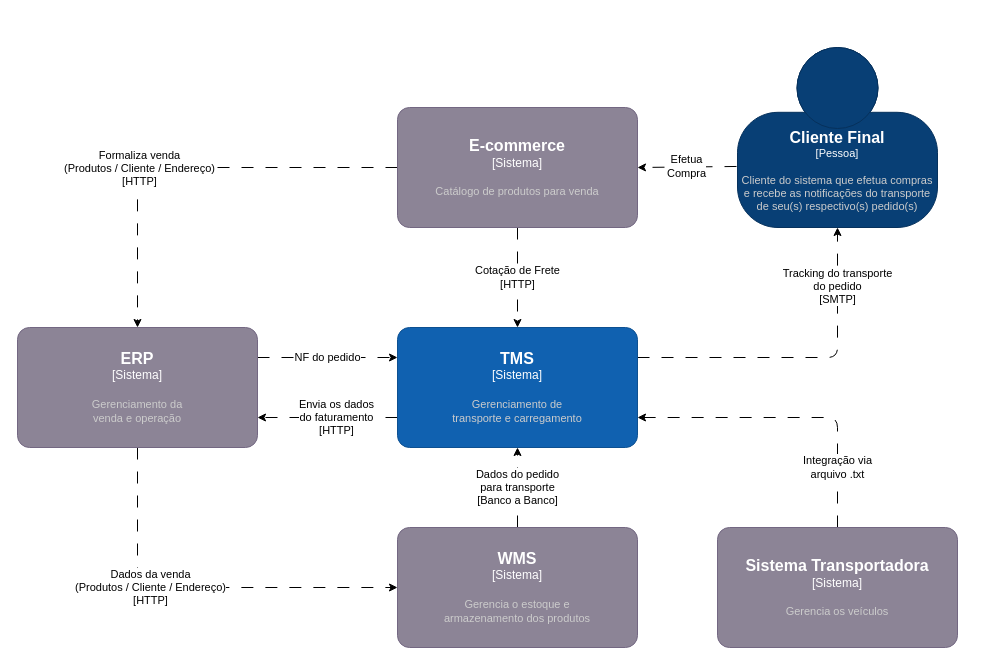
Earlier version of the draw.io diagram diagramas/contexto.drawio (EdiPSilva/puc-minas-arquitetura-de-software). Source tidied: cells renumbered, new cells numbered last; positions are measured from the earlier drawing's top-left corner, leaving out a move shared by most shapes. Both pictures are drawn from the tidied source at 100%, with x=0, y=0 at pixel (17, 47).
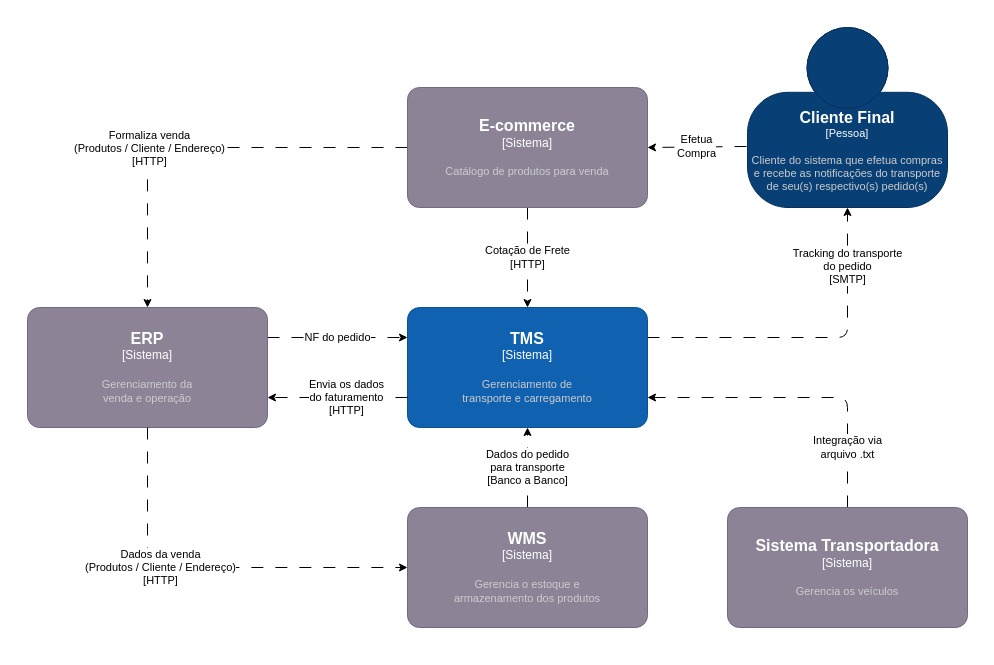
After the change.

The edit, as a diff of the source:
```diff
@@
-<mxGraphModel>
+<mxGraphModel background="#ffffff">
@@
-    <mxCell id="2" value="Efetua&lt;br&gt;Compra" style="edgeStyle=none;html=1;entryX=1;entryY=0.5;entryDx=0;entryDy=0;entryPerimeter=0;dashed=1;dashPattern=12 12;exitX=-0.005;exitY=0.661;exitDx=0;exitDy=0;exitPerimeter=0;" parent="1" edge="1" source="3" target="17">
-      <mxGeometry relative="1" as="geometry" />
-    </mxCell>
+    <mxCell id="20" style="group;" parent="1" vertex="1">
+      <mxGeometry y="-30" width="960" height="620" as="geometry" />
+    </mxCell>
+    <mxCell id="21" style="rounded=0;whiteSpace=wrap;html=1;labelBackgroundColor=#FFFFFF;fontColor=#000000;fillColor=#FFFFFF;strokeColor=none;" parent="20" vertex="1">
+      <mxGeometry width="960" height="620" as="geometry" />
+    </mxCell>
     <object id="3" label="&lt;font style=&quot;font-size: 16px&quot;&gt;&lt;b&gt;%c4Name%&lt;/b&gt;&lt;/font&gt;&lt;div&gt;[%c4Type%]&lt;/div&gt;&lt;br&gt;&lt;div&gt;&lt;font style=&quot;font-size: 11px&quot;&gt;&lt;font color=&quot;#cccccc&quot;&gt;%c4Description%&lt;/font&gt;&lt;/div&gt;" c4Description="Cliente do sistema que efetua compras e recebe as notificações do transporte de seu(s) respectivo(s) pedido(s)" c4Name="Cliente Final" c4Type="Pessoa" placeholders="1">
-      <mxCell style="html=1;fontSize=11;dashed=0;whiteSpace=wrap;fillColor=#083F75;strokeColor=#06315C;fontColor=#ffffff;shape=mxgraph.c4.person2;align=center;points=[[0.5,0,0],[1,0.5,0],[1,0.75,0],[0.75,1,0],[0.5,1,0],[0.25,1,0],[0,0.75,0],[0,0.5,0]];" parent="1" vertex="1">
-        <mxGeometry x="720" width="200" height="180" as="geometry" />
+      <mxCell style="html=1;fontSize=11;dashed=0;whiteSpace=wrap;fillColor=#083F75;strokeColor=#06315C;fontColor=#ffffff;shape=mxgraph.c4.person2;align=center;points=[[0.5,0,0],[1,0.5,0],[1,0.75,0],[0.75,1,0],[0.5,1,0],[0.25,1,0],[0,0.75,0],[0,0.5,0]];" parent="20" vertex="1">
+        <mxGeometry x="730" y="10" width="200" height="180" as="geometry" />
       </mxCell>
     </object>
-    <mxCell id="4" value="Tracking do transporte&lt;br&gt;do pedido&lt;br&gt;[SMTP]" style="edgeStyle=none;html=1;dashed=1;dashPattern=12 12;exitX=1;exitY=0.25;exitDx=0;exitDy=0;exitPerimeter=0;" parent="1" edge="1" source="7" target="3">
+    <mxCell id="4" value="Tracking do transporte&lt;br&gt;do pedido&lt;br&gt;[SMTP]" style="edgeStyle=none;html=1;dashed=1;dashPattern=12 12;exitX=1;exitY=0.25;exitDx=0;exitDy=0;exitPerimeter=0;strokeColor=#000000;fontColor=#000000;labelBackgroundColor=#FFFFFF;" parent="20" edge="1" source="7" target="3">
       <mxGeometry x="0.64" relative="1" as="geometry">
         <Array as="points">
-          <mxPoint x="820" y="310" />
+          <mxPoint x="830" y="320" />
         </Array>
       </mxGeometry>
     </mxCell>
+    <object id="7" label="&lt;font style=&quot;font-size: 16px&quot;&gt;&lt;b&gt;%c4Name%&lt;/b&gt;&lt;/font&gt;&lt;div&gt;[%c4Type%]&lt;/div&gt;&lt;br&gt;&lt;div&gt;&lt;font style=&quot;font-size: 11px&quot;&gt;&lt;font color=&quot;#cccccc&quot;&gt;%c4Description%&lt;/font&gt;&lt;/div&gt;" c4Description="Gerenciamento de&#10;transporte e carregamento" c4Name="TMS" c4Type="Sistema" placeholders="1">
+      <mxCell style="rounded=1;whiteSpace=wrap;html=1;labelBackgroundColor=none;fillColor=#1061B0;fontColor=#ffffff;align=center;arcSize=10;strokeColor=#0D5091;points=[[0.25,0,0],[0.5,0,0],[0.75,0,0],[1,0.25,0],[1,0.5,0],[1,0.75,0],[0.75,1,0],[0.5,1,0],[0.25,1,0],[0,0.75,0],[0,0.5,0],[0,0.25,0]];" parent="20" vertex="1">
+        <mxGeometry x="390" y="290" width="240" height="120" as="geometry" />
+      </mxCell>
+    </object>
+    <mxCell id="10" value="NF do pedido" style="edgeStyle=none;html=1;entryX=0;entryY=0.25;entryDx=0;entryDy=0;entryPerimeter=0;dashed=1;dashPattern=12 12;exitX=1;exitY=0.25;exitDx=0;exitDy=0;exitPerimeter=0;strokeColor=#000000;fontColor=#000000;labelBackgroundColor=#FFFFFF;" parent="20" edge="1" source="11" target="7">
+      <mxGeometry relative="1" as="geometry" />
+    </mxCell>
+    <object id="11" label="&lt;font style=&quot;font-size: 16px&quot;&gt;&lt;b&gt;%c4Name%&lt;/b&gt;&lt;/font&gt;&lt;div&gt;[%c4Type%]&lt;/div&gt;&lt;br&gt;&lt;div&gt;&lt;font style=&quot;font-size: 11px&quot;&gt;&lt;font color=&quot;#cccccc&quot;&gt;%c4Description%&lt;/font&gt;&lt;/div&gt;" c4Description="Gerenciamento da&#10;venda e operação" c4Name="ERP" c4Type="Sistema" placeholders="1">
+      <mxCell style="rounded=1;whiteSpace=wrap;html=1;labelBackgroundColor=none;fillColor=#8C8496;fontColor=#ffffff;align=center;arcSize=10;strokeColor=#736782;points=[[0.25,0,0],[0.5,0,0],[0.75,0,0],[1,0.25,0],[1,0.5,0],[1,0.75,0],[0.75,1,0],[0.5,1,0],[0.25,1,0],[0,0.75,0],[0,0.5,0],[0,0.25,0]];" parent="20" vertex="1">
+        <mxGeometry x="10" y="290" width="240" height="120" as="geometry" />
+      </mxCell>
+    </object>
-    <mxCell id="5" style="edgeStyle=none;html=1;dashed=1;dashPattern=12 12;entryX=1;entryY=0.75;entryDx=0;entryDy=0;entryPerimeter=0;exitX=0;exitY=0.75;exitDx=0;exitDy=0;exitPerimeter=0;" parent="1" edge="1" source="7" target="11">
+    <mxCell id="5" style="edgeStyle=none;html=1;dashed=1;dashPattern=12 12;entryX=1;entryY=0.75;entryDx=0;entryDy=0;entryPerimeter=0;exitX=0;exitY=0.75;exitDx=0;exitDy=0;exitPerimeter=0;strokeColor=#000000;" parent="20" edge="1" source="7" target="11">
       <mxGeometry relative="1" as="geometry" />
     </mxCell>
-    <mxCell id="6" value="Envia os dados&lt;br&gt;do faturamento&lt;br&gt;[HTTP]" style="edgeLabel;html=1;align=center;verticalAlign=middle;" parent="5" vertex="1">
+    <mxCell id="6" value="Envia os dados&lt;br&gt;do faturamento&lt;br&gt;[HTTP]" style="edgeLabel;html=1;align=center;verticalAlign=middle;fontColor=#000000;labelBackgroundColor=#FFFFFF;" parent="5" vertex="1">
       <mxGeometry x="-0.11" y="-1" relative="1" as="geometry" />
     </mxCell>
-    <object id="7" label="&lt;font style=&quot;font-size: 16px&quot;&gt;&lt;b&gt;%c4Name%&lt;/b&gt;&lt;/font&gt;&lt;div&gt;[%c4Type%]&lt;/div&gt;&lt;br&gt;&lt;div&gt;&lt;font style=&quot;font-size: 11px&quot;&gt;&lt;font color=&quot;#cccccc&quot;&gt;%c4Description%&lt;/font&gt;&lt;/div&gt;" c4Description="Gerenciamento de&#10;transporte e carregamento" c4Name="TMS" c4Type="Sistema" placeholders="1">
-      <mxCell style="rounded=1;whiteSpace=wrap;html=1;labelBackgroundColor=none;fillColor=#1061B0;fontColor=#ffffff;align=center;arcSize=10;strokeColor=#0D5091;points=[[0.25,0,0],[0.5,0,0],[0.75,0,0],[1,0.25,0],[1,0.5,0],[1,0.75,0],[0.75,1,0],[0.5,1,0],[0.25,1,0],[0,0.75,0],[0,0.5,0],[0,0.25,0]];" parent="1" vertex="1">
-        <mxGeometry x="380" y="280" width="240" height="120" as="geometry" />
-      </mxCell>
-    </object>
+    <mxCell id="12" value="Dados do pedido&lt;br&gt;para transporte&lt;br&gt;[Banco a Banco]" style="edgeStyle=none;html=1;entryX=0.5;entryY=1;entryDx=0;entryDy=0;entryPerimeter=0;dashed=1;dashPattern=12 12;strokeColor=#000000;fontColor=#000000;labelBackgroundColor=#FFFFFF;" parent="20" edge="1" source="13" target="7">
+      <mxGeometry relative="1" as="geometry" />
+    </mxCell>
+    <object id="13" label="&lt;font style=&quot;font-size: 16px&quot;&gt;&lt;b&gt;%c4Name%&lt;/b&gt;&lt;/font&gt;&lt;div&gt;[%c4Type%]&lt;/div&gt;&lt;br&gt;&lt;div&gt;&lt;font style=&quot;font-size: 11px&quot;&gt;&lt;font color=&quot;#cccccc&quot;&gt;%c4Description%&lt;/font&gt;&lt;/div&gt;" c4Description="Gerencia o estoque e&#10;armazenamento dos produtos" c4Name="WMS" c4Type="Sistema" placeholders="1">
+      <mxCell style="rounded=1;whiteSpace=wrap;html=1;labelBackgroundColor=none;fillColor=#8C8496;fontColor=#ffffff;align=center;arcSize=10;strokeColor=#736782;points=[[0.25,0,0],[0.5,0,0],[0.75,0,0],[1,0.25,0],[1,0.5,0],[1,0.75,0],[0.75,1,0],[0.5,1,0],[0.25,1,0],[0,0.75,0],[0,0.5,0],[0,0.25,0]];" parent="20" vertex="1">
+        <mxGeometry x="390" y="490" width="240" height="120" as="geometry" />
+      </mxCell>
+    </object>
-    <mxCell id="8" style="edgeStyle=none;html=1;entryX=0;entryY=0.5;entryDx=0;entryDy=0;entryPerimeter=0;dashed=1;dashPattern=12 12;exitX=0.5;exitY=1;exitDx=0;exitDy=0;exitPerimeter=0;" parent="1" edge="1" source="11" target="13">
+    <mxCell id="8" style="edgeStyle=none;html=1;entryX=0;entryY=0.5;entryDx=0;entryDy=0;entryPerimeter=0;dashed=1;dashPattern=12 12;exitX=0.5;exitY=1;exitDx=0;exitDy=0;exitPerimeter=0;strokeColor=#000000;" parent="20" edge="1" source="11" target="13">
       <mxGeometry relative="1" as="geometry">
         <Array as="points">
-          <mxPoint x="120" y="540" />
+          <mxPoint x="130" y="550" />
         </Array>
       </mxGeometry>
     </mxCell>
-    <mxCell id="9" value="Dados da venda&lt;br&gt;(Produtos / Cliente / Endereço)&lt;br&gt;[HTTP]" style="edgeLabel;html=1;align=center;verticalAlign=middle;" parent="8" vertex="1">
+    <mxCell id="9" value="Dados da venda&lt;br&gt;(Produtos / Cliente / Endereço)&lt;br&gt;[HTTP]" style="edgeLabel;html=1;align=center;verticalAlign=middle;fontColor=#000000;labelBackgroundColor=#FFFFFF;" parent="8" vertex="1">
       <mxGeometry x="-0.24" y="1" relative="1" as="geometry" />
     </mxCell>
-    <mxCell id="10" value="NF do pedido" style="edgeStyle=none;html=1;entryX=0;entryY=0.25;entryDx=0;entryDy=0;entryPerimeter=0;dashed=1;dashPattern=12 12;exitX=1;exitY=0.25;exitDx=0;exitDy=0;exitPerimeter=0;" parent="1" edge="1" source="11" target="7">
-      <mxGeometry relative="1" as="geometry" />
-    </mxCell>
-    <object id="11" label="&lt;font style=&quot;font-size: 16px&quot;&gt;&lt;b&gt;%c4Name%&lt;/b&gt;&lt;/font&gt;&lt;div&gt;[%c4Type%]&lt;/div&gt;&lt;br&gt;&lt;div&gt;&lt;font style=&quot;font-size: 11px&quot;&gt;&lt;font color=&quot;#cccccc&quot;&gt;%c4Description%&lt;/font&gt;&lt;/div&gt;" c4Description="Gerenciamento da&#10;venda e operação" c4Name="ERP" c4Type="Sistema" placeholders="1">
-      <mxCell style="rounded=1;whiteSpace=wrap;html=1;labelBackgroundColor=none;fillColor=#8C8496;fontColor=#ffffff;align=center;arcSize=10;strokeColor=#736782;points=[[0.25,0,0],[0.5,0,0],[0.75,0,0],[1,0.25,0],[1,0.5,0],[1,0.75,0],[0.75,1,0],[0.5,1,0],[0.25,1,0],[0,0.75,0],[0,0.5,0],[0,0.25,0]];" parent="1" vertex="1">
-        <mxGeometry y="280" width="240" height="120" as="geometry" />
-      </mxCell>
-    </object>
-    <mxCell id="12" value="Dados do pedido&lt;br&gt;para transporte&lt;br&gt;[Banco a Banco]" style="edgeStyle=none;html=1;entryX=0.5;entryY=1;entryDx=0;entryDy=0;entryPerimeter=0;dashed=1;dashPattern=12 12;" parent="1" edge="1" source="13" target="7">
-      <mxGeometry relative="1" as="geometry" />
-    </mxCell>
-    <object id="13" label="&lt;font style=&quot;font-size: 16px&quot;&gt;&lt;b&gt;%c4Name%&lt;/b&gt;&lt;/font&gt;&lt;div&gt;[%c4Type%]&lt;/div&gt;&lt;br&gt;&lt;div&gt;&lt;font style=&quot;font-size: 11px&quot;&gt;&lt;font color=&quot;#cccccc&quot;&gt;%c4Description%&lt;/font&gt;&lt;/div&gt;" c4Description="Gerencia o estoque e&#10;armazenamento dos produtos" c4Name="WMS" c4Type="Sistema" placeholders="1">
-      <mxCell style="rounded=1;whiteSpace=wrap;html=1;labelBackgroundColor=none;fillColor=#8C8496;fontColor=#ffffff;align=center;arcSize=10;strokeColor=#736782;points=[[0.25,0,0],[0.5,0,0],[0.75,0,0],[1,0.25,0],[1,0.5,0],[1,0.75,0],[0.75,1,0],[0.5,1,0],[0.25,1,0],[0,0.75,0],[0,0.5,0],[0,0.25,0]];" parent="1" vertex="1">
-        <mxGeometry x="380" y="480" width="240" height="120" as="geometry" />
-      </mxCell>
-    </object>
-    <mxCell id="14" value="Cotação de Frete&lt;br&gt;[HTTP]" style="edgeStyle=none;html=1;entryX=0.5;entryY=0;entryDx=0;entryDy=0;entryPerimeter=0;dashed=1;dashPattern=12 12;" parent="1" edge="1" source="17" target="7">
+    <mxCell id="14" value="Cotação de Frete&lt;br&gt;[HTTP]" style="edgeStyle=none;html=1;entryX=0.5;entryY=0;entryDx=0;entryDy=0;entryPerimeter=0;dashed=1;dashPattern=12 12;strokeColor=#000000;fontColor=#000000;labelBackgroundColor=#FFFFFF;" parent="20" edge="1" source="17" target="7">
       <mxGeometry relative="1" as="geometry" />
     </mxCell>
-    <mxCell id="15" style="edgeStyle=none;html=1;entryX=0.5;entryY=0;entryDx=0;entryDy=0;entryPerimeter=0;dashed=1;dashPattern=12 12;exitX=0;exitY=0.5;exitDx=0;exitDy=0;exitPerimeter=0;" parent="1" edge="1" source="17" target="11">
+    <mxCell id="15" style="edgeStyle=none;html=1;entryX=0.5;entryY=0;entryDx=0;entryDy=0;entryPerimeter=0;dashed=1;dashPattern=12 12;exitX=0;exitY=0.5;exitDx=0;exitDy=0;exitPerimeter=0;strokeColor=#000000;" parent="20" edge="1" source="17" target="11">
       <mxGeometry relative="1" as="geometry">
         <Array as="points">
-          <mxPoint x="120" y="120" />
+          <mxPoint x="130" y="130" />
         </Array>
       </mxGeometry>
     </mxCell>
-    <mxCell id="16" value="Formaliza venda&lt;br&gt;(Produtos / Cliente / Endereço)&lt;br&gt;[HTTP]" style="edgeLabel;html=1;align=center;verticalAlign=middle;" parent="15" vertex="1">
+    <mxCell id="16" value="Formaliza venda&lt;br&gt;(Produtos / Cliente / Endereço)&lt;br&gt;[HTTP]" style="edgeLabel;html=1;align=center;verticalAlign=middle;fontColor=#000000;labelBackgroundColor=#FFFFFF;" parent="15" vertex="1">
       <mxGeometry x="0.14" y="-2" relative="1" as="geometry">
         <mxPoint x="-20" y="2" as="offset" />
       </mxGeometry>
     </mxCell>
     <object id="17" label="&lt;font style=&quot;font-size: 16px&quot;&gt;&lt;b&gt;%c4Name%&lt;/b&gt;&lt;/font&gt;&lt;div&gt;[%c4Type%]&lt;/div&gt;&lt;br&gt;&lt;div&gt;&lt;font style=&quot;font-size: 11px&quot;&gt;&lt;font color=&quot;#cccccc&quot;&gt;%c4Description%&lt;/font&gt;&lt;/div&gt;" c4Description="Catálogo de produtos para venda" c4Name="E-commerce" c4Type="Sistema" placeholders="1">
-      <mxCell style="rounded=1;whiteSpace=wrap;html=1;labelBackgroundColor=none;fillColor=#8C8496;fontColor=#ffffff;align=center;arcSize=10;strokeColor=#736782;points=[[0.25,0,0],[0.5,0,0],[0.75,0,0],[1,0.25,0],[1,0.5,0],[1,0.75,0],[0.75,1,0],[0.5,1,0],[0.25,1,0],[0,0.75,0],[0,0.5,0],[0,0.25,0]];" parent="1" vertex="1">
-        <mxGeometry x="380" y="60" width="240" height="120" as="geometry" />
+      <mxCell style="rounded=1;whiteSpace=wrap;html=1;labelBackgroundColor=none;fillColor=#8C8496;fontColor=#ffffff;align=center;arcSize=10;strokeColor=#736782;points=[[0.25,0,0],[0.5,0,0],[0.75,0,0],[1,0.25,0],[1,0.5,0],[1,0.75,0],[0.75,1,0],[0.5,1,0],[0.25,1,0],[0,0.75,0],[0,0.5,0],[0,0.25,0]];" parent="20" vertex="1">
+        <mxGeometry x="390" y="70" width="240" height="120" as="geometry" />
       </mxCell>
     </object>
+    <mxCell id="2" value="Efetua&lt;br&gt;Compra" style="edgeStyle=none;html=1;entryX=1;entryY=0.5;entryDx=0;entryDy=0;entryPerimeter=0;dashed=1;dashPattern=12 12;exitX=-0.005;exitY=0.661;exitDx=0;exitDy=0;exitPerimeter=0;fontColor=#000000;labelBackgroundColor=#FFFFFF;strokeColor=#000000;" parent="20" edge="1" source="3" target="17">
+      <mxGeometry relative="1" as="geometry" />
+    </mxCell>
-    <mxCell id="18" value="Integração via&lt;br&gt;arquivo .txt" style="edgeStyle=none;html=1;entryX=1;entryY=0.75;entryDx=0;entryDy=0;entryPerimeter=0;dashed=1;dashPattern=12 12;" parent="1" edge="1" source="19" target="7">
+    <mxCell id="18" value="Integração via&lt;br&gt;arquivo .txt" style="edgeStyle=none;html=1;entryX=1;entryY=0.75;entryDx=0;entryDy=0;entryPerimeter=0;dashed=1;dashPattern=12 12;strokeColor=#000000;fontColor=#000000;labelBackgroundColor=#FFFFFF;" parent="20" edge="1" source="19" target="7">
       <mxGeometry x="-0.61" relative="1" as="geometry">
         <Array as="points">
-          <mxPoint x="820" y="370" />
+          <mxPoint x="830" y="380" />
         </Array>
       </mxGeometry>
     </mxCell>
     <object id="19" label="&lt;font style=&quot;font-size: 16px&quot;&gt;&lt;b&gt;%c4Name%&lt;/b&gt;&lt;/font&gt;&lt;div&gt;[%c4Type%]&lt;/div&gt;&lt;br&gt;&lt;div&gt;&lt;font style=&quot;font-size: 11px&quot;&gt;&lt;font color=&quot;#cccccc&quot;&gt;%c4Description%&lt;/font&gt;&lt;/div&gt;" c4Description="Gerencia os veículos" c4Name="Sistema Transportadora" c4Type="Sistema" placeholders="1">
-      <mxCell style="rounded=1;whiteSpace=wrap;html=1;labelBackgroundColor=none;fillColor=#8C8496;fontColor=#ffffff;align=center;arcSize=10;strokeColor=#736782;points=[[0.25,0,0],[0.5,0,0],[0.75,0,0],[1,0.25,0],[1,0.5,0],[1,0.75,0],[0.75,1,0],[0.5,1,0],[0.25,1,0],[0,0.75,0],[0,0.5,0],[0,0.25,0]];" parent="1" vertex="1">
-        <mxGeometry x="700" y="480" width="240" height="120" as="geometry" />
+      <mxCell style="rounded=1;whiteSpace=wrap;html=1;labelBackgroundColor=none;fillColor=#8C8496;fontColor=#ffffff;align=center;arcSize=10;strokeColor=#736782;points=[[0.25,0,0],[0.5,0,0],[0.75,0,0],[1,0.25,0],[1,0.5,0],[1,0.75,0],[0.75,1,0],[0.5,1,0],[0.25,1,0],[0,0.75,0],[0,0.5,0],[0,0.25,0]];" parent="20" vertex="1">
+        <mxGeometry x="710" y="490" width="240" height="120" as="geometry" />
       </mxCell>
     </object>
```
